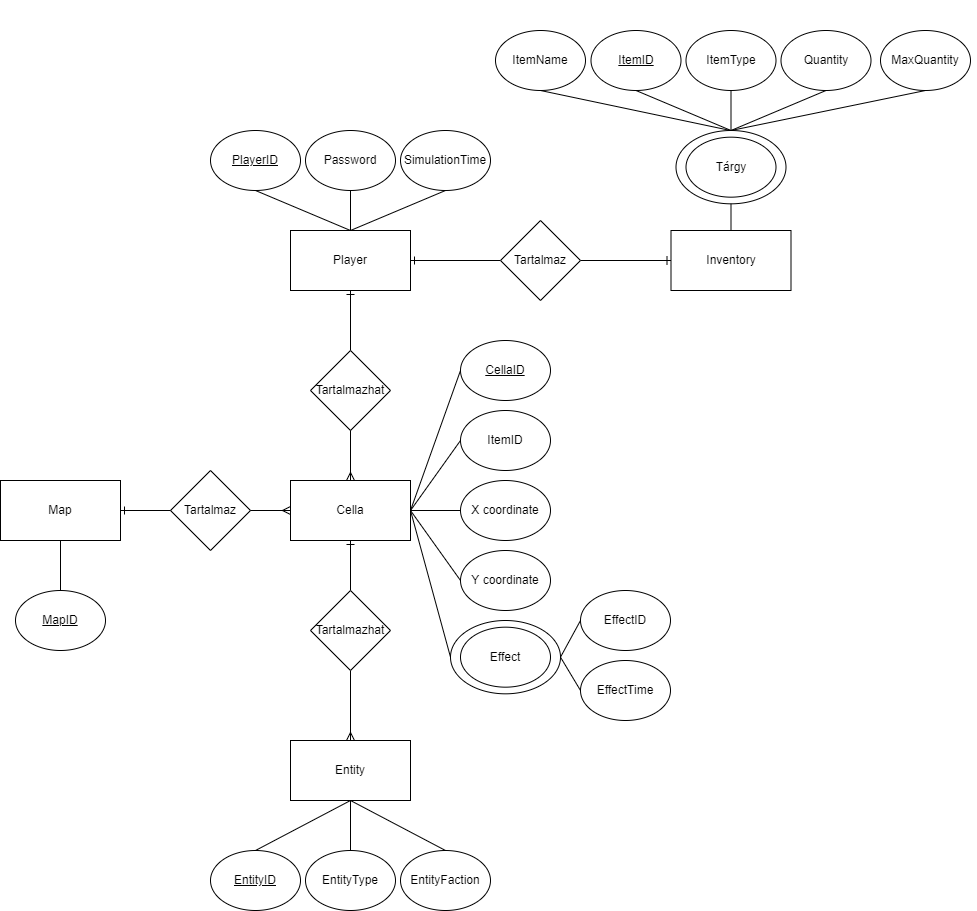
Earlier version of the draw.io export images/simulationER.png (martonmengyan/szakdolgozat). Source tidied: cells renumbered, new cells last; positions are measured from the earlier drawing's top-left corner, leaving out a move shared by most shapes.
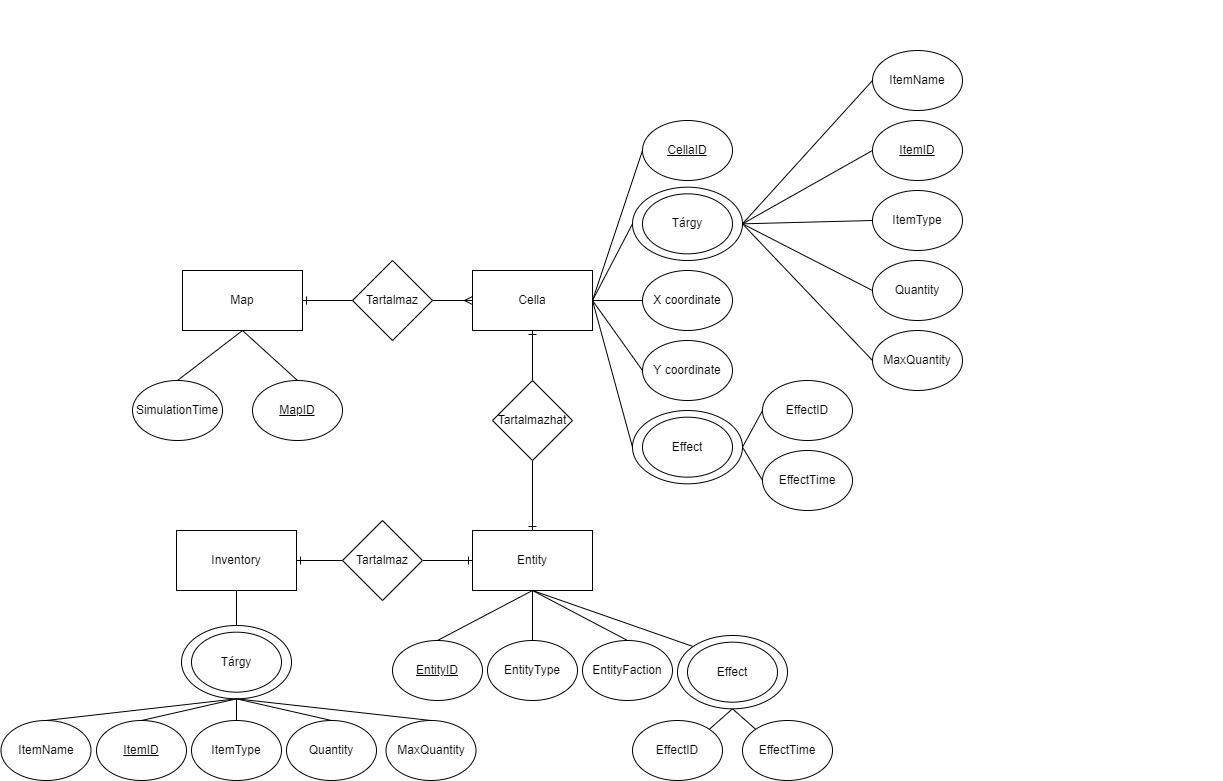
The same diagram one commit later.

Diff of the diagram source:
```diff
@@ -7,8 +7,2 @@
     </mxCell>
-    <mxCell id="3" style="edgeStyle=none;rounded=0;jettySize=auto;html=1;exitX=1;exitY=0.5;exitDx=0;exitDy=0;entryX=0;entryY=0.5;entryDx=0;entryDy=0;startArrow=ERone;startFill=0;endArrow=none;endFill=0;" parent="1" edge="1" source="4" target="38">
-      <mxGeometry relative="1" as="geometry" />
-    </mxCell>
-    <mxCell id="4" value="Player" style="rounded=0;whiteSpace=wrap;html=1;" parent="1" vertex="1">
-      <mxGeometry x="290" y="230" width="120" height="60" as="geometry" />
-    </mxCell>
     <mxCell id="5" value="Entity" style="rounded=0;whiteSpace=wrap;html=1;" parent="1" vertex="1">
@@ -19,3 +13,3 @@
     </mxCell>
-    <mxCell id="7" style="edgeStyle=none;rounded=0;jettySize=auto;html=1;exitX=1;exitY=0.5;exitDx=0;exitDy=0;entryX=0;entryY=0.5;entryDx=0;entryDy=0;startArrow=none;startFill=0;endArrow=none;endFill=0;" parent="1" edge="1" source="10" target="17">
+    <mxCell id="7" style="edgeStyle=none;rounded=0;jettySize=auto;html=1;exitX=1;exitY=0.5;exitDx=0;exitDy=0;entryX=0;entryY=0.5;entryDx=0;entryDy=0;startArrow=none;startFill=0;endArrow=none;endFill=0;" parent="1" edge="1" source="10" target="87">
       <mxGeometry relative="1" as="geometry" />
@@ -41,3 +35,3 @@
     <mxCell id="14" value="&lt;u&gt;CellaID&lt;/u&gt;" style="ellipse;whiteSpace=wrap;html=1;" parent="1" vertex="1">
-      <mxGeometry x="460" y="340" width="90" height="60" as="geometry" />
+      <mxGeometry x="460" y="330" width="90" height="60" as="geometry" />
     </mxCell>
@@ -49,5 +43,2 @@
     </mxCell>
-    <mxCell id="17" value="ItemID" style="ellipse;whiteSpace=wrap;html=1;" parent="1" vertex="1">
-      <mxGeometry x="460" y="410" width="90" height="60" as="geometry" />
-    </mxCell>
     <mxCell id="18" style="rounded=0;jettySize=auto;html=1;startArrow=none;startFill=0;endArrow=none;endFill=0;exitX=0.5;exitY=1;exitDx=0;exitDy=0;entryX=0.5;entryY=0;entryDx=0;entryDy=0;" parent="1" edge="1" source="2" target="19">
@@ -56,36 +47,11 @@
     <mxCell id="19" value="&lt;u&gt;MapID&lt;/u&gt;" style="ellipse;whiteSpace=wrap;html=1;" parent="1" vertex="1">
-      <mxGeometry x="15" y="590" width="90" height="60" as="geometry" />
+      <mxGeometry x="70" y="590" width="90" height="60" as="geometry" />
     </mxCell>
-    <mxCell id="20" style="edgeStyle=none;rounded=0;jettySize=auto;html=1;exitX=0.5;exitY=0;exitDx=0;exitDy=0;startArrow=none;startFill=0;endArrow=ERone;endFill=0;" parent="1" edge="1" source="21" target="4">
-      <mxGeometry relative="1" as="geometry" />
-    </mxCell>
-    <mxCell id="21" value="Tartalmazhat" style="rhombus;whiteSpace=wrap;html=1;" parent="1" vertex="1">
-      <mxGeometry x="310" y="350" width="80" height="80" as="geometry" />
-    </mxCell>
-    <mxCell id="22" style="endArrow=none;html=1;rounded=0;exitX=0.5;exitY=0;exitDx=0;exitDy=0;entryX=0.5;entryY=1;entryDx=0;entryDy=0;startArrow=ERmany;startFill=0;" parent="1" edge="1" source="10" target="21">
-      <mxGeometry relative="1" as="geometry" />
-    </mxCell>
-    <mxCell id="23" style="rounded=0;jettySize=auto;html=1;startArrow=none;startFill=0;endArrow=none;endFill=0;entryX=0.5;entryY=1;entryDx=0;entryDy=0;" parent="1" edge="1" target="26">
-      <mxGeometry relative="1" as="geometry">
-        <mxPoint x="350" y="230" as="sourcePoint" />
-      </mxGeometry>
-    </mxCell>
-    <mxCell id="24" style="edgeStyle=none;rounded=0;jettySize=auto;html=1;startArrow=none;startFill=0;endArrow=none;endFill=0;entryX=0.5;entryY=1;entryDx=0;entryDy=0;" parent="1" edge="1" target="27">
-      <mxGeometry relative="1" as="geometry">
-        <mxPoint x="350" y="230" as="sourcePoint" />
-      </mxGeometry>
-    </mxCell>
-    <mxCell id="25" style="edgeStyle=none;rounded=0;jettySize=auto;html=1;entryX=0.5;entryY=1;entryDx=0;entryDy=0;startArrow=none;startFill=0;endArrow=none;endFill=0;exitX=0.5;exitY=0;exitDx=0;exitDy=0;" parent="1" edge="1" source="4" target="28">
+    <mxCell id="25" style="edgeStyle=none;rounded=0;jettySize=auto;html=1;entryX=0.5;entryY=0;entryDx=0;entryDy=0;startArrow=none;startFill=0;endArrow=none;endFill=0;exitX=0.5;exitY=1;exitDx=0;exitDy=0;" parent="1" edge="1" source="2" target="28">
       <mxGeometry relative="1" as="geometry" />
     </mxCell>
-    <mxCell id="26" value="&lt;u&gt;PlayerID&lt;/u&gt;" style="ellipse;whiteSpace=wrap;html=1;" parent="1" vertex="1">
-      <mxGeometry x="210" y="130" width="90" height="60" as="geometry" />
-    </mxCell>
-    <mxCell id="27" value="Password" style="ellipse;whiteSpace=wrap;html=1;" parent="1" vertex="1">
-      <mxGeometry x="305" y="130" width="90" height="60" as="geometry" />
-    </mxCell>
     <mxCell id="28" value="SimulationTime" style="ellipse;whiteSpace=wrap;html=1;" parent="1" vertex="1">
-      <mxGeometry x="400" y="130" width="90" height="60" as="geometry" />
+      <mxGeometry x="-50" y="590" width="90" height="60" as="geometry" />
     </mxCell>
-    <mxCell id="29" style="edgeStyle=none;rounded=0;jettySize=auto;html=1;exitX=0.5;exitY=1;exitDx=0;exitDy=0;entryX=0.5;entryY=0;entryDx=0;entryDy=0;startArrow=none;startFill=0;endArrow=ERmany;endFill=0;" parent="1" edge="1" source="30" target="5">
+    <mxCell id="29" style="edgeStyle=none;rounded=0;jettySize=auto;html=1;exitX=0.5;exitY=1;exitDx=0;exitDy=0;entryX=0.5;entryY=0;entryDx=0;entryDy=0;startArrow=none;startFill=0;endArrow=ERone;endFill=0;" parent="1" edge="1" source="30" target="5">
       <mxGeometry relative="1" as="geometry" />
@@ -119,50 +85,2 @@
     </mxCell>
-    <mxCell id="37" style="edgeStyle=none;rounded=0;jettySize=auto;html=1;exitX=1;exitY=0.5;exitDx=0;exitDy=0;entryX=0;entryY=0.5;entryDx=0;entryDy=0;startArrow=none;startFill=0;endArrow=ERone;endFill=0;" parent="1" edge="1" source="38" target="40">
-      <mxGeometry relative="1" as="geometry" />
-    </mxCell>
-    <mxCell id="38" value="Tartalmaz" style="rhombus;whiteSpace=wrap;html=1;" parent="1" vertex="1">
-      <mxGeometry x="500" y="220" width="80" height="80" as="geometry" />
-    </mxCell>
-    <mxCell id="39" style="edgeStyle=none;rounded=0;jettySize=auto;html=1;exitX=0.5;exitY=0;exitDx=0;exitDy=0;entryX=0.5;entryY=1;entryDx=0;entryDy=0;startArrow=none;startFill=0;endArrow=none;endFill=0;" parent="1" edge="1" source="40" target="41">
-      <mxGeometry relative="1" as="geometry" />
-    </mxCell>
-    <mxCell id="40" value="Inventory" style="rounded=0;whiteSpace=wrap;html=1;" parent="1" vertex="1">
-      <mxGeometry x="670.5" y="230" width="120" height="60" as="geometry" />
-    </mxCell>
-    <mxCell id="41" style="ellipse;whiteSpace=wrap;html=1;" parent="1" vertex="1">
-      <mxGeometry x="675.5" y="130" width="110" height="73.3" as="geometry" />
-    </mxCell>
-    <mxCell id="42" style="edgeStyle=none;rounded=0;orthogonalLoop=1;jettySize=auto;html=1;exitX=0.5;exitY=0;exitDx=0;exitDy=0;startArrow=none;startFill=0;endArrow=none;endFill=0;" parent="1" edge="1">
-      <mxGeometry relative="1" as="geometry">
-        <mxPoint x="685" as="sourcePoint" />
-        <mxPoint x="685" as="targetPoint" />
-      </mxGeometry>
-    </mxCell>
-    <mxCell id="43" value="Tárgy" style="ellipse;whiteSpace=wrap;html=1;" parent="1" vertex="1">
-      <mxGeometry x="685.5" y="136.7" width="90" height="60" as="geometry" />
-    </mxCell>
-    <mxCell id="44" style="rounded=0;jettySize=auto;html=1;startArrow=none;startFill=0;endArrow=none;endFill=0;entryX=0.5;entryY=1;entryDx=0;entryDy=0;" parent="1" edge="1" target="47">
-      <mxGeometry relative="1" as="geometry">
-        <mxPoint x="730.5" y="130" as="sourcePoint" />
-      </mxGeometry>
-    </mxCell>
-    <mxCell id="45" style="edgeStyle=none;rounded=0;jettySize=auto;html=1;startArrow=none;startFill=0;endArrow=none;endFill=0;entryX=0.5;entryY=1;entryDx=0;entryDy=0;" parent="1" edge="1" target="48">
-      <mxGeometry relative="1" as="geometry">
-        <mxPoint x="730.5" y="130" as="sourcePoint" />
-      </mxGeometry>
-    </mxCell>
-    <mxCell id="46" style="edgeStyle=none;rounded=0;jettySize=auto;html=1;entryX=0.5;entryY=1;entryDx=0;entryDy=0;startArrow=none;startFill=0;endArrow=none;endFill=0;exitX=0.5;exitY=0;exitDx=0;exitDy=0;" parent="1" edge="1" target="49">
-      <mxGeometry relative="1" as="geometry">
-        <mxPoint x="730.5" y="130" as="sourcePoint" />
-      </mxGeometry>
-    </mxCell>
-    <mxCell id="47" value="&lt;u&gt;ItemID&lt;/u&gt;" style="ellipse;whiteSpace=wrap;html=1;" parent="1" vertex="1">
-      <mxGeometry x="590.5" y="30" width="90" height="60" as="geometry" />
-    </mxCell>
-    <mxCell id="48" value="ItemType" style="ellipse;whiteSpace=wrap;html=1;" parent="1" vertex="1">
-      <mxGeometry x="685.5" y="30" width="90" height="60" as="geometry" />
-    </mxCell>
-    <mxCell id="49" value="Quantity" style="ellipse;whiteSpace=wrap;html=1;" parent="1" vertex="1">
-      <mxGeometry x="780.5" y="30" width="90" height="60" as="geometry" />
-    </mxCell>
     <mxCell id="50" style="edgeStyle=none;rounded=0;jettySize=auto;html=1;exitX=1;exitY=0.5;exitDx=0;exitDy=0;entryX=0;entryY=0.5;entryDx=0;entryDy=0;startArrow=none;startFill=0;endArrow=none;endFill=0;" parent="1" edge="1" source="10" target="52">
@@ -191,28 +109,140 @@
     </mxCell>
-    <mxCell id="58" style="edgeStyle=none;rounded=0;orthogonalLoop=1;jettySize=auto;html=1;exitX=0.5;exitY=0;exitDx=0;exitDy=0;startArrow=none;startFill=0;endArrow=none;endFill=0;" parent="1" edge="1">
-      <mxGeometry relative="1" as="geometry">
-        <mxPoint x="586.8" as="sourcePoint" />
-        <mxPoint x="586.8" as="targetPoint" />
-      </mxGeometry>
-    </mxCell>
-    <mxCell id="59" style="edgeStyle=none;rounded=0;jettySize=auto;html=1;exitX=0.5;exitY=1;exitDx=0;exitDy=0;endArrow=none;endFill=0;" parent="1" edge="1" source="60">
-      <mxGeometry relative="1" as="geometry">
-        <mxPoint x="730" y="130" as="targetPoint" />
-      </mxGeometry>
-    </mxCell>
-    <mxCell id="60" value="ItemName" style="ellipse;whiteSpace=wrap;html=1;" parent="1" vertex="1">
-      <mxGeometry x="495" y="30" width="90" height="60" as="geometry" />
-    </mxCell>
-    <mxCell id="61" style="edgeStyle=none;rounded=0;orthogonalLoop=1;jettySize=auto;html=1;exitX=0.5;exitY=0;exitDx=0;exitDy=0;startArrow=none;startFill=0;endArrow=none;endFill=0;" parent="1" edge="1">
-      <mxGeometry relative="1" as="geometry">
-        <mxPoint x="974.5" as="sourcePoint" />
-        <mxPoint x="974.5" as="targetPoint" />
-      </mxGeometry>
-    </mxCell>
-    <mxCell id="62" style="edgeStyle=none;rounded=0;jettySize=auto;html=1;exitX=0.5;exitY=1;exitDx=0;exitDy=0;entryX=0.5;entryY=0;entryDx=0;entryDy=0;endArrow=none;endFill=0;" parent="1" edge="1" source="63" target="41">
-      <mxGeometry relative="1" as="geometry" />
-    </mxCell>
-    <mxCell id="63" value="MaxQuantity" style="ellipse;whiteSpace=wrap;html=1;" parent="1" vertex="1">
-      <mxGeometry x="880" y="30" width="90" height="60" as="geometry" />
-    </mxCell>
+    <mxCell id="64" style="edgeStyle=none;rounded=0;jettySize=auto;html=1;exitX=1;exitY=0;exitDx=0;exitDy=0;entryX=0.5;entryY=1;entryDx=0;entryDy=0;endArrow=none;endFill=0;" parent="1" edge="1" source="65" target="69">
+      <mxGeometry relative="1" as="geometry" />
+    </mxCell>
+    <mxCell id="65" value="EffectID" style="ellipse;whiteSpace=wrap;html=1;" parent="1" vertex="1">
+      <mxGeometry x="450" y="930" width="90" height="60" as="geometry" />
+    </mxCell>
+    <mxCell id="66" style="edgeStyle=none;rounded=0;jettySize=auto;html=1;exitX=0;exitY=0;exitDx=0;exitDy=0;entryX=0.5;entryY=1;entryDx=0;entryDy=0;endArrow=none;endFill=0;" parent="1" edge="1" source="67" target="69">
+      <mxGeometry relative="1" as="geometry" />
+    </mxCell>
+    <mxCell id="67" value="EffectTime" style="ellipse;whiteSpace=wrap;html=1;" parent="1" vertex="1">
+      <mxGeometry x="560" y="930" width="90" height="60" as="geometry" />
+    </mxCell>
+    <mxCell id="68" style="edgeStyle=none;rounded=0;jettySize=auto;html=1;exitX=0;exitY=0;exitDx=0;exitDy=0;entryX=0.5;entryY=1;entryDx=0;entryDy=0;endArrow=none;endFill=0;" parent="1" edge="1" source="69" target="5">
+      <mxGeometry relative="1" as="geometry" />
+    </mxCell>
+    <mxCell id="69" style="ellipse;whiteSpace=wrap;html=1;" parent="1" vertex="1">
+      <mxGeometry x="495" y="845" width="110" height="73.3" as="geometry" />
+    </mxCell>
+    <mxCell id="70" value="Effect" style="ellipse;whiteSpace=wrap;html=1;" parent="1" vertex="1">
+      <mxGeometry x="505" y="851.7" width="90" height="60" as="geometry" />
+    </mxCell>
+    <mxCell id="71" style="edgeStyle=none;rounded=0;jettySize=auto;html=1;exitX=0.5;exitY=0;exitDx=0;exitDy=0;entryX=0.5;entryY=1;entryDx=0;entryDy=0;endArrow=none;endFill=0;" parent="1" edge="1" source="72" target="40">
+      <mxGeometry relative="1" as="geometry" />
+    </mxCell>
+    <mxCell id="72" style="ellipse;whiteSpace=wrap;html=1;" parent="1" vertex="1">
+      <mxGeometry x="-1" y="835" width="110" height="73.3" as="geometry" />
+    </mxCell>
+    <mxCell id="73" style="edgeStyle=none;rounded=0;orthogonalLoop=1;jettySize=auto;html=1;exitX=0.5;exitY=0;exitDx=0;exitDy=0;startArrow=none;startFill=0;endArrow=none;endFill=0;" parent="1" edge="1">
+      <mxGeometry relative="1" as="geometry">
+        <mxPoint x="-60" y="720" as="sourcePoint" />
+        <mxPoint x="-60" y="720" as="targetPoint" />
+      </mxGeometry>
+    </mxCell>
+    <mxCell id="74" value="Tárgy" style="ellipse;whiteSpace=wrap;html=1;" parent="1" vertex="1">
+      <mxGeometry x="9" y="841.7" width="90" height="60" as="geometry" />
+    </mxCell>
+    <mxCell id="75" style="edgeStyle=none;rounded=0;jettySize=auto;html=1;exitX=0.5;exitY=0;exitDx=0;exitDy=0;entryX=0.5;entryY=1;entryDx=0;entryDy=0;endArrow=none;endFill=0;" parent="1" edge="1" source="76" target="72">
+      <mxGeometry relative="1" as="geometry" />
+    </mxCell>
+    <mxCell id="76" value="&lt;u&gt;ItemID&lt;/u&gt;" style="ellipse;whiteSpace=wrap;html=1;" parent="1" vertex="1">
+      <mxGeometry x="-86" y="930" width="90" height="60" as="geometry" />
+    </mxCell>
+    <mxCell id="77" style="edgeStyle=none;rounded=0;jettySize=auto;html=1;exitX=0.5;exitY=0;exitDx=0;exitDy=0;entryX=0.5;entryY=1;entryDx=0;entryDy=0;endArrow=none;endFill=0;" parent="1" edge="1" source="78" target="72">
+      <mxGeometry relative="1" as="geometry" />
+    </mxCell>
+    <mxCell id="78" value="ItemType" style="ellipse;whiteSpace=wrap;html=1;" parent="1" vertex="1">
+      <mxGeometry x="9" y="930" width="90" height="60" as="geometry" />
+    </mxCell>
+    <mxCell id="79" style="edgeStyle=none;rounded=0;jettySize=auto;html=1;exitX=0.5;exitY=0;exitDx=0;exitDy=0;entryX=0.5;entryY=1;entryDx=0;entryDy=0;endArrow=none;endFill=0;" parent="1" edge="1" source="80" target="72">
+      <mxGeometry relative="1" as="geometry" />
+    </mxCell>
+    <mxCell id="80" value="Quantity" style="ellipse;whiteSpace=wrap;html=1;" parent="1" vertex="1">
+      <mxGeometry x="104" y="930" width="90" height="60" as="geometry" />
+    </mxCell>
+    <mxCell id="81" style="edgeStyle=none;rounded=0;orthogonalLoop=1;jettySize=auto;html=1;exitX=0.5;exitY=0;exitDx=0;exitDy=0;startArrow=none;startFill=0;endArrow=none;endFill=0;" parent="1" edge="1">
+      <mxGeometry relative="1" as="geometry">
+        <mxPoint x="-158.2" y="720" as="sourcePoint" />
+        <mxPoint x="-158.2" y="720" as="targetPoint" />
+      </mxGeometry>
+    </mxCell>
+    <mxCell id="82" style="edgeStyle=none;rounded=0;jettySize=auto;html=1;exitX=0.5;exitY=0;exitDx=0;exitDy=0;entryX=0.5;entryY=1;entryDx=0;entryDy=0;endArrow=none;endFill=0;" parent="1" edge="1" source="83" target="72">
+      <mxGeometry relative="1" as="geometry" />
+    </mxCell>
+    <mxCell id="83" value="ItemName" style="ellipse;whiteSpace=wrap;html=1;" parent="1" vertex="1">
+      <mxGeometry x="-181.5" y="930" width="90" height="60" as="geometry" />
+    </mxCell>
+    <mxCell id="84" style="edgeStyle=none;rounded=0;orthogonalLoop=1;jettySize=auto;html=1;exitX=0.5;exitY=0;exitDx=0;exitDy=0;startArrow=none;startFill=0;endArrow=none;endFill=0;" parent="1" edge="1">
+      <mxGeometry relative="1" as="geometry">
+        <mxPoint x="229.5" y="720" as="sourcePoint" />
+        <mxPoint x="229.5" y="720" as="targetPoint" />
+      </mxGeometry>
+    </mxCell>
+    <mxCell id="85" style="edgeStyle=none;rounded=0;jettySize=auto;html=1;exitX=0.5;exitY=0;exitDx=0;exitDy=0;entryX=0.5;entryY=1;entryDx=0;entryDy=0;endArrow=none;endFill=0;" parent="1" edge="1" source="86" target="72">
+      <mxGeometry relative="1" as="geometry" />
+    </mxCell>
+    <mxCell id="86" value="MaxQuantity" style="ellipse;whiteSpace=wrap;html=1;" parent="1" vertex="1">
+      <mxGeometry x="203.5" y="930" width="90" height="60" as="geometry" />
+    </mxCell>
+    <mxCell id="87" style="ellipse;whiteSpace=wrap;html=1;" parent="1" vertex="1">
+      <mxGeometry x="450" y="396.7" width="110" height="73.3" as="geometry" />
+    </mxCell>
+    <mxCell id="88" style="edgeStyle=none;rounded=0;orthogonalLoop=1;jettySize=auto;html=1;exitX=0.5;exitY=0;exitDx=0;exitDy=0;startArrow=none;startFill=0;endArrow=none;endFill=0;" parent="1" edge="1">
+      <mxGeometry relative="1" as="geometry">
+        <mxPoint x="744.5" y="230" as="sourcePoint" />
+        <mxPoint x="744.5" y="230" as="targetPoint" />
+      </mxGeometry>
+    </mxCell>
+    <mxCell id="89" value="Tárgy" style="ellipse;whiteSpace=wrap;html=1;" parent="1" vertex="1">
+      <mxGeometry x="460" y="403.3" width="90" height="60" as="geometry" />
+    </mxCell>
+    <mxCell id="90" style="edgeStyle=none;rounded=0;jettySize=auto;html=1;exitX=0;exitY=0.5;exitDx=0;exitDy=0;entryX=1;entryY=0.5;entryDx=0;entryDy=0;endArrow=none;endFill=0;" parent="1" edge="1" source="91" target="87">
+      <mxGeometry relative="1" as="geometry" />
+    </mxCell>
+    <mxCell id="91" value="&lt;u&gt;ItemID&lt;/u&gt;" style="ellipse;whiteSpace=wrap;html=1;" parent="1" vertex="1">
+      <mxGeometry x="690" y="330" width="90" height="60" as="geometry" />
+    </mxCell>
+    <mxCell id="92" style="edgeStyle=none;rounded=0;jettySize=auto;html=1;exitX=0;exitY=0.5;exitDx=0;exitDy=0;entryX=1;entryY=0.5;entryDx=0;entryDy=0;endArrow=none;endFill=0;" parent="1" edge="1" source="93" target="87">
+      <mxGeometry relative="1" as="geometry" />
+    </mxCell>
+    <mxCell id="93" value="ItemType" style="ellipse;whiteSpace=wrap;html=1;" parent="1" vertex="1">
+      <mxGeometry x="690" y="400" width="90" height="60" as="geometry" />
+    </mxCell>
+    <mxCell id="94" style="edgeStyle=none;rounded=0;jettySize=auto;html=1;exitX=0;exitY=0.5;exitDx=0;exitDy=0;entryX=1;entryY=0.5;entryDx=0;entryDy=0;endArrow=none;endFill=0;" parent="1" edge="1" source="95" target="87">
+      <mxGeometry relative="1" as="geometry" />
+    </mxCell>
+    <mxCell id="95" value="Quantity" style="ellipse;whiteSpace=wrap;html=1;" parent="1" vertex="1">
+      <mxGeometry x="690" y="470" width="90" height="60" as="geometry" />
+    </mxCell>
+    <mxCell id="96" style="edgeStyle=none;rounded=0;jettySize=auto;html=1;exitX=0;exitY=0.5;exitDx=0;exitDy=0;entryX=1;entryY=0.5;entryDx=0;entryDy=0;endArrow=none;endFill=0;" parent="1" edge="1" source="97" target="87">
+      <mxGeometry relative="1" as="geometry" />
+    </mxCell>
+    <mxCell id="97" value="ItemName" style="ellipse;whiteSpace=wrap;html=1;" parent="1" vertex="1">
+      <mxGeometry x="690" y="260" width="90" height="60" as="geometry" />
+    </mxCell>
+    <mxCell id="98" style="edgeStyle=none;rounded=0;orthogonalLoop=1;jettySize=auto;html=1;exitX=0.5;exitY=0;exitDx=0;exitDy=0;startArrow=none;startFill=0;endArrow=none;endFill=0;" parent="1" edge="1">
+      <mxGeometry relative="1" as="geometry">
+        <mxPoint x="1039.5" y="210" as="sourcePoint" />
+        <mxPoint x="1039.5" y="210" as="targetPoint" />
+      </mxGeometry>
+    </mxCell>
+    <mxCell id="99" style="edgeStyle=none;rounded=0;jettySize=auto;html=1;exitX=0;exitY=0.5;exitDx=0;exitDy=0;entryX=1;entryY=0.5;entryDx=0;entryDy=0;endArrow=none;endFill=0;" parent="1" edge="1" source="100" target="87">
+      <mxGeometry relative="1" as="geometry" />
+    </mxCell>
+    <mxCell id="100" value="MaxQuantity" style="ellipse;whiteSpace=wrap;html=1;" parent="1" vertex="1">
+      <mxGeometry x="690" y="540" width="90" height="60" as="geometry" />
+    </mxCell>
+    <mxCell id="40" value="Inventory" style="rounded=0;whiteSpace=wrap;html=1;" parent="1" vertex="1">
+      <mxGeometry x="-6" y="740" width="120" height="60" as="geometry" />
+    </mxCell>
+    <mxCell id="101" style="edgeStyle=none;rounded=0;jettySize=auto;html=1;exitX=1;exitY=0.5;exitDx=0;exitDy=0;entryX=0;entryY=0.5;entryDx=0;entryDy=0;endArrow=ERone;endFill=0;" parent="1" edge="1" source="38" target="5">
+      <mxGeometry relative="1" as="geometry" />
+    </mxCell>
+    <mxCell id="37" style="edgeStyle=none;rounded=0;jettySize=auto;html=1;exitX=0;exitY=0.5;exitDx=0;exitDy=0;entryX=1;entryY=0.5;entryDx=0;entryDy=0;endArrow=ERone;endFill=0;" parent="1" edge="1" source="38" target="40">
+      <mxGeometry relative="1" as="geometry" />
+    </mxCell>
+    <mxCell id="38" value="Tartalmaz" style="rhombus;whiteSpace=wrap;html=1;" parent="1" vertex="1">
+      <mxGeometry x="160" y="730" width="80" height="80" as="geometry" />
+    </mxCell>
   </root>
```
